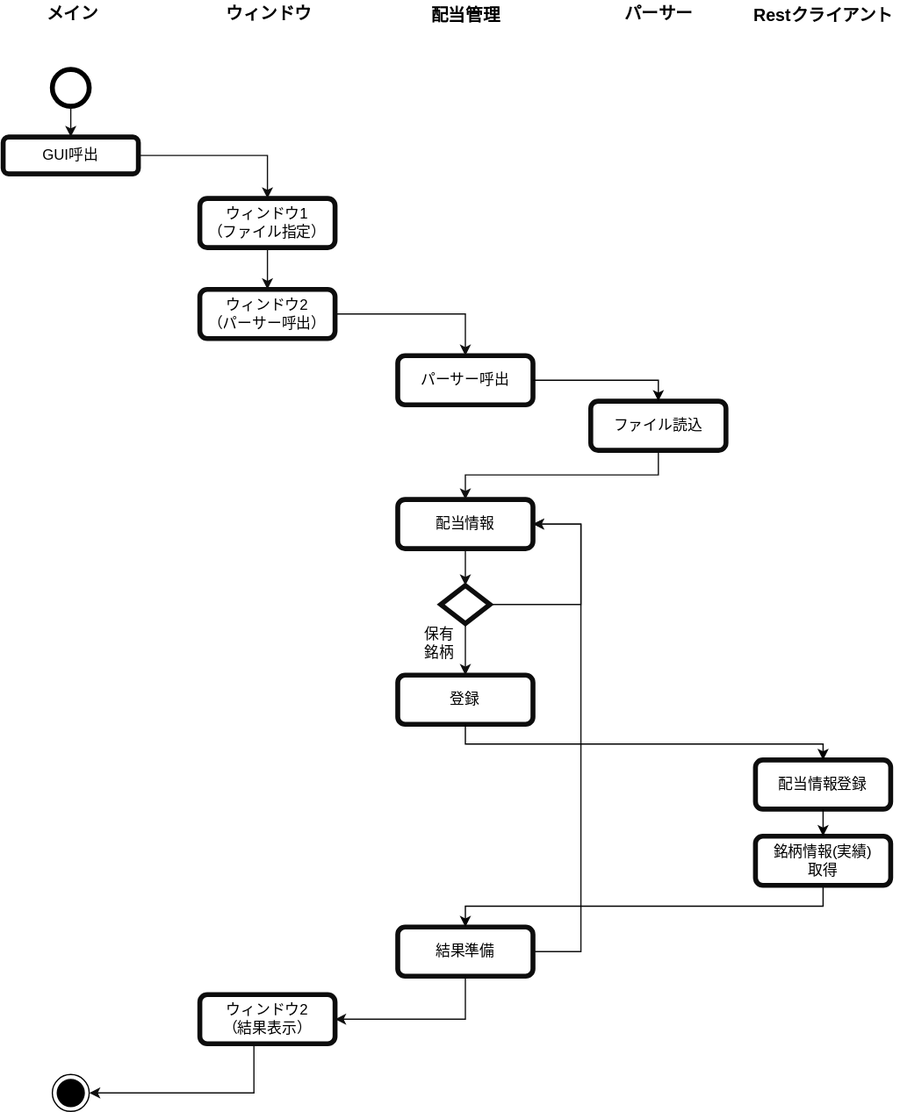
This is docs/activity.drawio.svg from of3jlmssoo/djangorest-simple-app, a draw.io export, as it was before one commit. Source tidied: cells renumbered, new cells last; positions are measured from the earlier drawing's top-left corner, leaving out a move shared by most shapes.
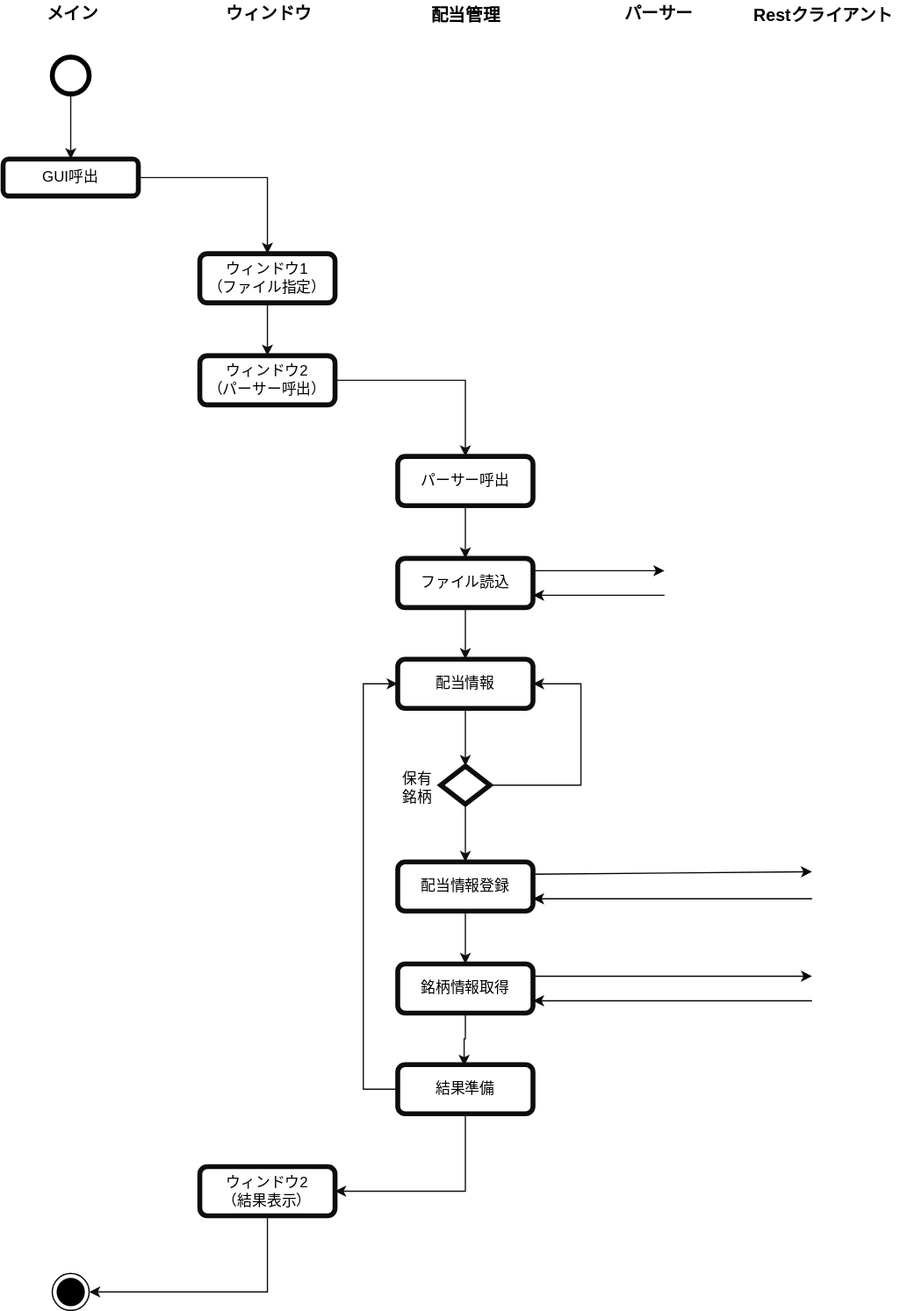
The same diagram one commit later.

The edit, as a diff of the source:
```diff
@@ -3,21 +3,21 @@
     <mxCell id="0" />
     <mxCell id="1" parent="0" />
     <mxCell id="2" value="保有&lt;br&gt;銘柄" style="text;html=1;strokeColor=none;fillColor=none;align=center;verticalAlign=middle;whiteSpace=wrap;rounded=0;fontColor=#000000;" parent="1" vertex="1">
-      <mxGeometry x="335" y="513" width="40" height="20" as="geometry" />
+      <mxGeometry x="317" y="631" width="40" height="20" as="geometry" />
     </mxCell>
     <mxCell id="3" style="ellipse;whiteSpace=wrap;html=1;strokeWidth=4;" parent="1" vertex="1">
-      <mxGeometry x="40" y="56" width="30" height="30" as="geometry" />
+      <mxGeometry x="40" y="46" width="30" height="30" as="geometry" />
     </mxCell>
     <mxCell id="4" style="rounded=0;jettySize=auto;html=1;fontColor=#000000;labelBorderColor=#000000;strokeColor=#0F0F0F;exitX=0.5;exitY=1;exitDx=0;exitDy=0;" parent="1" edge="1" source="3" target="5">
       <mxGeometry relative="1" as="geometry" />
     </mxCell>
     <mxCell id="5" value="GUI呼出" style="rounded=1;whiteSpace=wrap;html=1;strokeColor=#0D0D0D;strokeWidth=4;fillColor=none;fontColor=#000000;" parent="1" vertex="1">
-      <mxGeometry y="111" width="110" height="30" as="geometry" />
+      <mxGeometry y="129" width="110" height="30" as="geometry" />
     </mxCell>
     <mxCell id="6" style="edgeStyle=orthogonalEdgeStyle;rounded=0;jettySize=auto;html=1;entryX=0.5;entryY=0;entryDx=0;entryDy=0;fontColor=#000000;strokeColor=#0F0F0F;exitX=1;exitY=0.5;exitDx=0;exitDy=0;" parent="1" edge="1" source="5" target="8">
       <mxGeometry relative="1" as="geometry">
         <Array as="points">
-          <mxPoint x="215" y="126" />
+          <mxPoint x="215" y="144" />
         </Array>
       </mxGeometry>
     </mxCell>
@@ -25,100 +25,77 @@
       <mxGeometry relative="1" as="geometry" />
     </mxCell>
     <mxCell id="8" value="ウィンドウ1&lt;br&gt;（ファイル指定）" style="rounded=1;whiteSpace=wrap;html=1;strokeColor=#0D0D0D;strokeWidth=4;fillColor=none;fontColor=#000000;" parent="1" vertex="1">
-      <mxGeometry x="160" y="161" width="110" height="40" as="geometry" />
+      <mxGeometry x="160" y="206" width="110" height="40" as="geometry" />
     </mxCell>
     <mxCell id="9" style="edgeStyle=orthogonalEdgeStyle;rounded=0;jettySize=auto;html=1;entryX=0.5;entryY=0;entryDx=0;entryDy=0;fontColor=#000000;strokeColor=#0F0F0F;exitX=1;exitY=0.5;exitDx=0;exitDy=0;" parent="1" edge="1" source="10" target="23">
       <mxGeometry relative="1" as="geometry" />
     </mxCell>
     <mxCell id="10" value="ウィンドウ2&lt;br&gt;（パーサー呼出）" style="rounded=1;whiteSpace=wrap;html=1;strokeColor=#0D0D0D;strokeWidth=4;fillColor=none;fontColor=#000000;" parent="1" vertex="1">
-      <mxGeometry x="160" y="235" width="110" height="40" as="geometry" />
+      <mxGeometry x="160" y="289" width="110" height="40" as="geometry" />
     </mxCell>
     <mxCell id="11" style="edgeStyle=orthogonalEdgeStyle;rounded=0;jettySize=auto;html=1;entryX=0.5;entryY=0;entryDx=0;entryDy=0;fontColor=#000000;strokeColor=#0F0F0F;exitX=0.5;exitY=1;exitDx=0;exitDy=0;" parent="1" edge="1" source="12" target="14">
       <mxGeometry relative="1" as="geometry" />
     </mxCell>
     <mxCell id="12" value="ファイル読込" style="rounded=1;whiteSpace=wrap;html=1;strokeColor=#0D0D0D;strokeWidth=4;fillColor=none;fontColor=#000000;" parent="1" vertex="1">
-      <mxGeometry x="478" y="326" width="110" height="40" as="geometry" />
+      <mxGeometry x="321" y="454" width="110" height="40" as="geometry" />
     </mxCell>
     <mxCell id="13" style="edgeStyle=orthogonalEdgeStyle;rounded=0;jettySize=auto;html=1;entryX=0.5;entryY=0;entryDx=0;entryDy=0;fontColor=#000000;strokeColor=#0F0F0F;" parent="1" edge="1" source="14" target="16">
       <mxGeometry relative="1" as="geometry" />
     </mxCell>
     <mxCell id="14" value="配当情報" style="rounded=1;whiteSpace=wrap;html=1;strokeColor=#0D0D0D;strokeWidth=4;fillColor=none;fontColor=#000000;" parent="1" vertex="1">
-      <mxGeometry x="321" y="406" width="110" height="40" as="geometry" />
+      <mxGeometry x="321" y="536" width="110" height="40" as="geometry" />
     </mxCell>
     <mxCell id="15" style="edgeStyle=orthogonalEdgeStyle;rounded=0;jettySize=auto;html=1;fontColor=#000000;strokeColor=#0F0F0F;entryX=0.5;entryY=0;entryDx=0;entryDy=0;" parent="1" edge="1" source="16" target="24">
       <mxGeometry relative="1" as="geometry" />
     </mxCell>
     <mxCell id="16" style="rhombus;whiteSpace=wrap;html=1;fontColor=#000000;strokeColor=#0D0D0D;strokeWidth=4;fillColor=none;" parent="1" vertex="1">
-      <mxGeometry x="356" y="476" width="40" height="31" as="geometry" />
+      <mxGeometry x="356" y="623" width="40" height="31" as="geometry" />
     </mxCell>
     <mxCell id="17" style="endArrow=classic;html=1;fontColor=#000000;strokeColor=#0F0F0F;edgeStyle=orthogonalEdgeStyle;rounded=0;entryX=1;entryY=0.5;entryDx=0;entryDy=0;exitX=1;exitY=0.5;exitDx=0;exitDy=0;" parent="1" edge="1" source="16" target="14">
       <mxGeometry relative="1" as="geometry">
         <Array as="points">
-          <mxPoint x="470" y="492" />
-          <mxPoint x="470" y="426" />
+          <mxPoint x="470" y="639" />
+          <mxPoint x="470" y="556" />
         </Array>
       </mxGeometry>
     </mxCell>
     <mxCell id="18" value="結果準備" style="rounded=1;whiteSpace=wrap;html=1;strokeColor=#0D0D0D;strokeWidth=4;fillColor=none;fontColor=#000000;" parent="1" vertex="1">
-      <mxGeometry x="321" y="754" width="110" height="40" as="geometry" />
+      <mxGeometry x="321" y="866" width="110" height="40" as="geometry" />
     </mxCell>
     <mxCell id="19" value="ウィンドウ2&lt;br&gt;（結果表示）" style="rounded=1;whiteSpace=wrap;html=1;strokeColor=#0D0D0D;strokeWidth=4;fillColor=none;fontColor=#000000;" parent="1" vertex="1">
-      <mxGeometry x="160" y="809" width="110" height="40" as="geometry" />
+      <mxGeometry x="160" y="949" width="110" height="40" as="geometry" />
     </mxCell>
     <mxCell id="20" style="edgeStyle=orthogonalEdgeStyle;rounded=0;jettySize=auto;html=1;fontColor=#000000;strokeColor=#0F0F0F;exitX=0.5;exitY=1;exitDx=0;exitDy=0;entryX=1;entryY=0.5;entryDx=0;entryDy=0;" parent="1" edge="1" source="18" target="19">
       <mxGeometry relative="1" as="geometry">
         <Array as="points">
-          <mxPoint x="376" y="829" />
+          <mxPoint x="376" y="969" />
         </Array>
       </mxGeometry>
     </mxCell>
     <mxCell id="21" style="ellipse;html=1;shape=endState;fillColor=#000000;strokeColor=#000000;fontColor=#000000;" parent="1" vertex="1">
-      <mxGeometry x="40" y="874" width="30" height="30" as="geometry" />
+      <mxGeometry x="40" y="1036" width="30" height="30" as="geometry" />
     </mxCell>
     <mxCell id="22" style="edgeStyle=orthogonalEdgeStyle;rounded=0;jettySize=auto;html=1;fontColor=#000000;strokeColor=#0F0F0F;exitX=0.5;exitY=1;exitDx=0;exitDy=0;entryX=1;entryY=0.5;entryDx=0;entryDy=0;" parent="1" edge="1" source="19" target="21">
       <mxGeometry relative="1" as="geometry">
         <Array as="points">
-          <mxPoint x="204" y="889" />
+          <mxPoint x="215" y="1051" />
         </Array>
       </mxGeometry>
     </mxCell>
     <mxCell id="23" value="パーサー呼出" style="rounded=1;whiteSpace=wrap;html=1;strokeColor=#0D0D0D;strokeWidth=4;fillColor=none;fontColor=#000000;" parent="1" vertex="1">
-      <mxGeometry x="321" y="289" width="110" height="40" as="geometry" />
+      <mxGeometry x="321" y="371" width="110" height="40" as="geometry" />
     </mxCell>
-    <mxCell id="24" value="登録" style="rounded=1;whiteSpace=wrap;html=1;strokeColor=#0D0D0D;strokeWidth=4;fillColor=none;fontColor=#000000;" parent="1" vertex="1">
-      <mxGeometry x="321" y="549" width="110" height="40" as="geometry" />
+    <mxCell id="24" value="配当情報登録" style="rounded=1;whiteSpace=wrap;html=1;strokeColor=#0D0D0D;strokeWidth=4;fillColor=none;fontColor=#000000;" parent="1" vertex="1">
+      <mxGeometry x="321" y="701" width="110" height="40" as="geometry" />
     </mxCell>
-    <mxCell id="25" value="配当情報登録" style="rounded=1;whiteSpace=wrap;html=1;strokeColor=#0D0D0D;strokeWidth=4;fillColor=none;fontColor=#000000;" parent="1" vertex="1">
-      <mxGeometry x="612" y="618" width="110" height="40" as="geometry" />
-    </mxCell>
-    <mxCell id="26" style="endArrow=classic;html=1;fontColor=#000000;strokeColor=#0F0F0F;edgeStyle=orthogonalEdgeStyle;rounded=0;entryX=1;entryY=0.5;entryDx=0;entryDy=0;exitX=1;exitY=0.5;exitDx=0;exitDy=0;" parent="1" edge="1" source="18" target="14">
+    <mxCell id="26" style="endArrow=classic;html=1;fontColor=#000000;strokeColor=#0F0F0F;edgeStyle=orthogonalEdgeStyle;rounded=0;entryX=0;entryY=0.5;entryDx=0;entryDy=0;exitX=0;exitY=0.5;exitDx=0;exitDy=0;" parent="1" edge="1" source="18" target="14">
       <mxGeometry relative="1" as="geometry">
         <Array as="points">
-          <mxPoint x="470" y="774" />
-          <mxPoint x="470" y="426" />
+          <mxPoint x="293" y="886" />
+          <mxPoint x="293" y="556" />
         </Array>
       </mxGeometry>
     </mxCell>
-    <mxCell id="27" style="endArrow=classic;html=1;entryX=0.5;entryY=0;entryDx=0;entryDy=0;exitX=0.5;exitY=1;exitDx=0;exitDy=0;edgeStyle=orthogonalEdgeStyle;rounded=0;strokeColor=#000000;endFill=1;" parent="1" edge="1" source="24" target="25">
-      <mxGeometry relative="1" as="geometry">
-        <Array as="points">
-          <mxPoint x="376" y="605" />
-          <mxPoint x="667" y="605" />
-        </Array>
-      </mxGeometry>
-    </mxCell>
-    <mxCell id="28" style="endArrow=none;html=1;strokeColor=#000000;exitX=0.5;exitY=0;exitDx=0;exitDy=0;entryX=0.5;entryY=1;entryDx=0;entryDy=0;edgeStyle=orthogonalEdgeStyle;rounded=0;endFill=0;startArrow=classic;startFill=1;" parent="1" edge="1" source="18" target="30">
-      <mxGeometry relative="1" as="geometry" />
-    </mxCell>
-    <mxCell id="29" style="endArrow=classic;html=1;strokeColor=#000000;entryX=0.5;entryY=0;entryDx=0;entryDy=0;exitX=1;exitY=0.5;exitDx=0;exitDy=0;edgeStyle=orthogonalEdgeStyle;rounded=0;endFill=1;" parent="1" edge="1" source="23" target="12">
-      <mxGeometry relative="1" as="geometry" />
-    </mxCell>
-    <mxCell id="30" value="銘柄情報(実績)&lt;br&gt;取得" style="rounded=1;whiteSpace=wrap;html=1;strokeColor=#0D0D0D;strokeWidth=4;fillColor=none;fontColor=#000000;" parent="1" vertex="1">
-      <mxGeometry x="612" y="680" width="110" height="40" as="geometry" />
-    </mxCell>
-    <mxCell id="31" style="endArrow=none;html=1;entryX=0.5;entryY=1;entryDx=0;entryDy=0;exitX=0.5;exitY=0;exitDx=0;exitDy=0;strokeColor=#000000;endFill=0;startArrow=classic;startFill=1;" parent="1" edge="1" source="30" target="25">
-      <mxGeometry relative="1" as="geometry" />
-    </mxCell>
     <mxCell id="32" value="メイン" style="text;html=1;align=center;verticalAlign=middle;strokeColor=none;fontColor=#000000;fontSize=14;fontStyle=1;" parent="1" vertex="1">
       <mxGeometry x="30" width="52" height="21" as="geometry" />
     </mxCell>
@@ -134,5 +111,47 @@
     <mxCell id="36" value="Restクライアント" style="text;html=1;align=center;verticalAlign=middle;strokeColor=none;fontColor=#000000;fontSize=14;fontStyle=1;" parent="1" vertex="1">
       <mxGeometry x="605" y="1" width="124" height="21" as="geometry" />
     </mxCell>
+    <mxCell id="37" value="銘柄情報取得" style="rounded=1;whiteSpace=wrap;html=1;strokeColor=#0D0D0D;strokeWidth=4;fillColor=none;fontColor=#000000;" parent="1" vertex="1">
+      <mxGeometry x="321" y="784" width="110" height="40" as="geometry" />
+    </mxCell>
+    <mxCell id="29" style="edgeStyle=orthogonalEdgeStyle;rounded=0;jettySize=auto;html=1;entryX=0.5;entryY=0;entryDx=0;entryDy=0;fontColor=#000000;strokeColor=#0F0F0F;exitX=0.5;exitY=1;exitDx=0;exitDy=0;" parent="1" edge="1" source="23" target="12">
+      <mxGeometry relative="1" as="geometry" />
+    </mxCell>
+    <mxCell id="38" style="edgeStyle=orthogonalEdgeStyle;rounded=0;jettySize=auto;html=1;fontColor=#000000;strokeColor=#0F0F0F;entryX=0.5;entryY=0;entryDx=0;entryDy=0;exitX=0.5;exitY=1;exitDx=0;exitDy=0;" parent="1" edge="1" source="24" target="37">
+      <mxGeometry relative="1" as="geometry" />
+    </mxCell>
+    <mxCell id="39" style="edgeStyle=orthogonalEdgeStyle;rounded=0;jettySize=auto;html=1;fontColor=#000000;strokeColor=#0F0F0F;exitX=0.5;exitY=1;exitDx=0;exitDy=0;entryX=0.491;entryY=0.025;entryDx=0;entryDy=0;entryPerimeter=0;" parent="1" edge="1" source="37" target="18">
+      <mxGeometry relative="1" as="geometry" />
+    </mxCell>
+    <mxCell id="40" style="endArrow=classic;html=1;exitX=1;exitY=0.25;exitDx=0;exitDy=0;strokeColor=#030303;jumpSize=6;" parent="1" edge="1" source="12">
+      <mxGeometry relative="1" as="geometry">
+        <mxPoint x="538" y="464" as="targetPoint" />
+      </mxGeometry>
+    </mxCell>
+    <mxCell id="41" style="endArrow=none;html=1;exitX=1;exitY=0.75;exitDx=0;exitDy=0;strokeColor=#030303;startArrow=classic;startFill=1;endFill=0;jumpSize=6;" parent="1" edge="1" source="12">
+      <mxGeometry relative="1" as="geometry">
+        <mxPoint x="538" y="484" as="targetPoint" />
+      </mxGeometry>
+    </mxCell>
+    <mxCell id="42" style="endArrow=classic;html=1;exitX=1;exitY=0.25;exitDx=0;exitDy=0;strokeColor=#030303;jumpSize=6;" parent="1" edge="1" source="24">
+      <mxGeometry relative="1" as="geometry">
+        <mxPoint x="658" y="709" as="targetPoint" />
+      </mxGeometry>
+    </mxCell>
+    <mxCell id="43" style="endArrow=none;html=1;exitX=1;exitY=0.75;exitDx=0;exitDy=0;strokeColor=#030303;startArrow=classic;startFill=1;endFill=0;jumpSize=6;" parent="1" edge="1" source="24">
+      <mxGeometry relative="1" as="geometry">
+        <mxPoint x="658" y="731" as="targetPoint" />
+      </mxGeometry>
+    </mxCell>
+    <mxCell id="44" style="endArrow=classic;html=1;exitX=1;exitY=0.25;exitDx=0;exitDy=0;strokeColor=#030303;jumpSize=6;" parent="1" edge="1" source="37">
+      <mxGeometry relative="1" as="geometry">
+        <mxPoint x="658" y="794" as="targetPoint" />
+      </mxGeometry>
+    </mxCell>
+    <mxCell id="45" style="endArrow=none;html=1;strokeColor=#030303;startArrow=classic;startFill=1;endFill=0;jumpSize=6;exitX=1;exitY=0.75;exitDx=0;exitDy=0;" parent="1" edge="1" source="37">
+      <mxGeometry relative="1" as="geometry">
+        <mxPoint x="658" y="814" as="targetPoint" />
+      </mxGeometry>
+    </mxCell>
   </root>
 </mxGraphModel>
```
